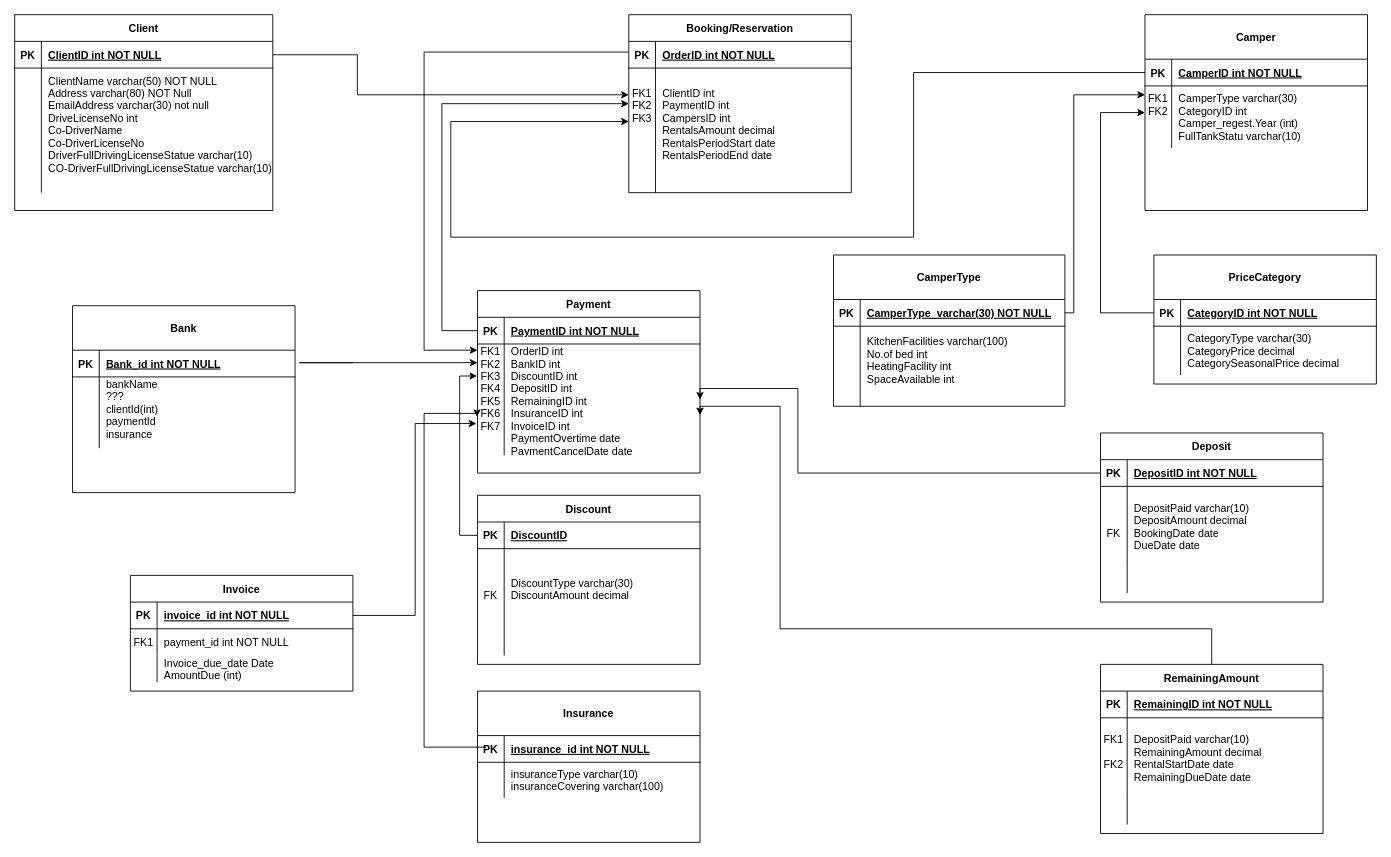
This is page "ERD" (1 of 3) of Document/ER_DiagramCamper.drawio from Fei-D20/The_Autocamper_rental_business, a draw.io file, before an edit. Source tidied: cells renumbered, new cells numbered last; positions are measured from the earlier drawing's top-left corner, leaving out a move shared by most shapes. Both pictures are drawn from the tidied source at 89%, with x=0, y=0 at pixel (14, 14).
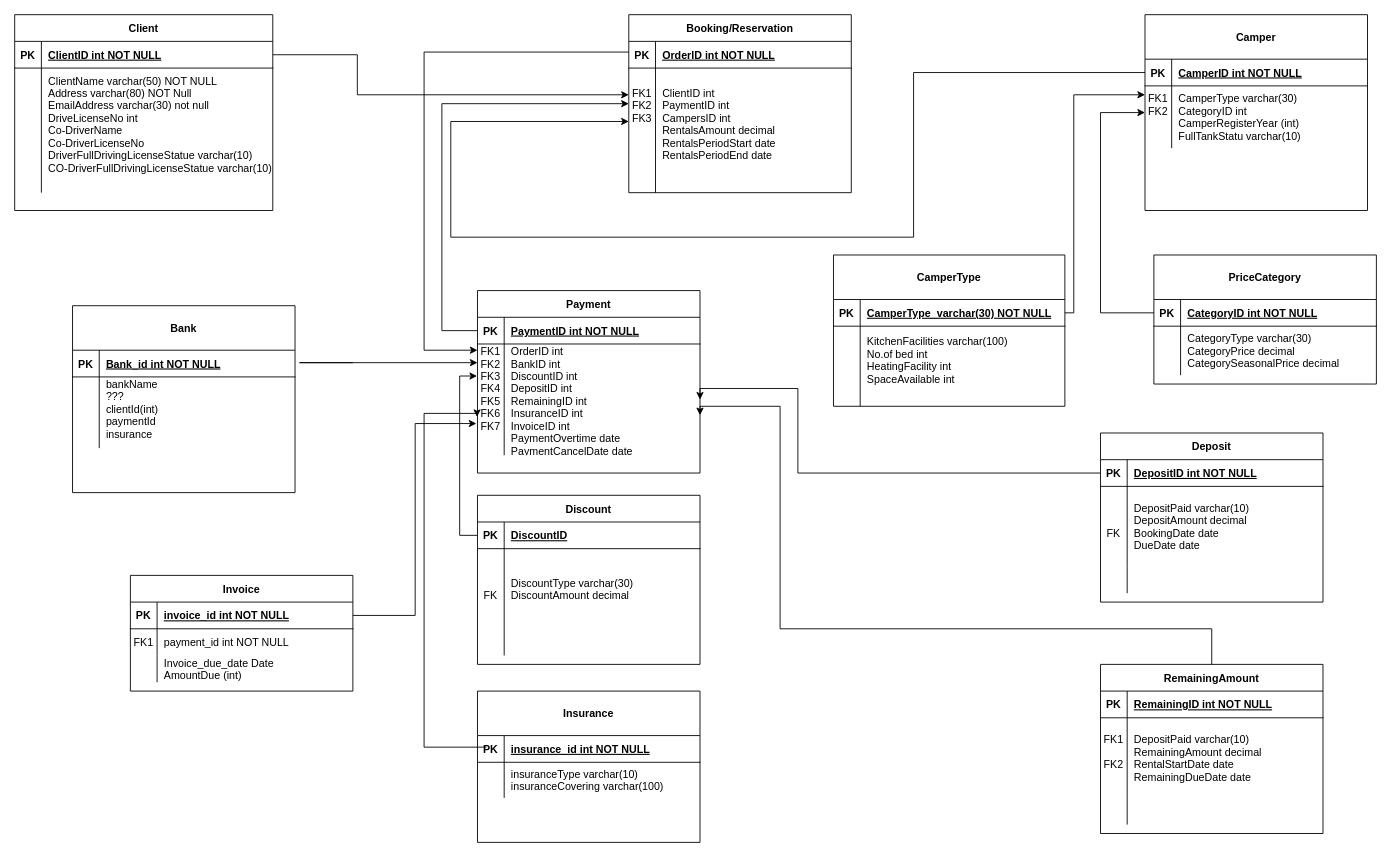
The same page after the edit.

The change refers to these unchanged cells:
```xml
<mxCell id="27" style="shape=partialRectangle;fillColor=none;points=[[0,0.5],[1,0.5]];portConstraint=eastwest;top=0;left=0;right=0;bottom=0;" parent="23" vertex="1">
  <mxGeometry y="80" width="250" height="70" as="geometry" />
</mxCell>
```

Diff of the diagram source:
```diff
@@
-    <mxCell id="29" value="CamperType varchar(30)&#10;CategoryID int&#10;Camper_regest.Year (int)&#10;FullTankStatu varchar(10)" style="shape=partialRectangle;overflow=hidden;fillColor=none;top=0;left=0;bottom=0;right=0;align=left;spacingLeft=6;" parent="27" vertex="1">
+    <mxCell id="29" value="CamperType varchar(30)&#10;CategoryID int&#10;CamperRegisterYear (int)&#10;FullTankStatu varchar(10)" style="shape=partialRectangle;overflow=hidden;fillColor=none;top=0;left=0;bottom=0;right=0;align=left;spacingLeft=6;" parent="27" vertex="1">
       <mxGeometry x="30" width="220" height="70" as="geometry" />
     </mxCell>
```
